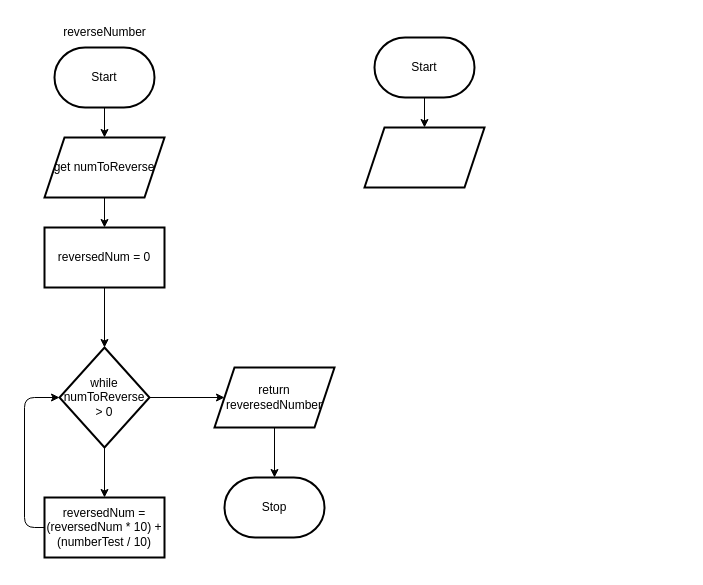
Above: Assignment4/flowchart.drawio in Flynn-Rundquist/ICS4U-Unit3 (draw.io), before the change. Source tidied: cells renumbered, new cells numbered last; positions are measured from the earlier drawing's top-left corner, leaving out a move shared by most shapes. Both pictures are drawn from the tidied source at 100%, with x=0, y=0 at pixel (24, 17).
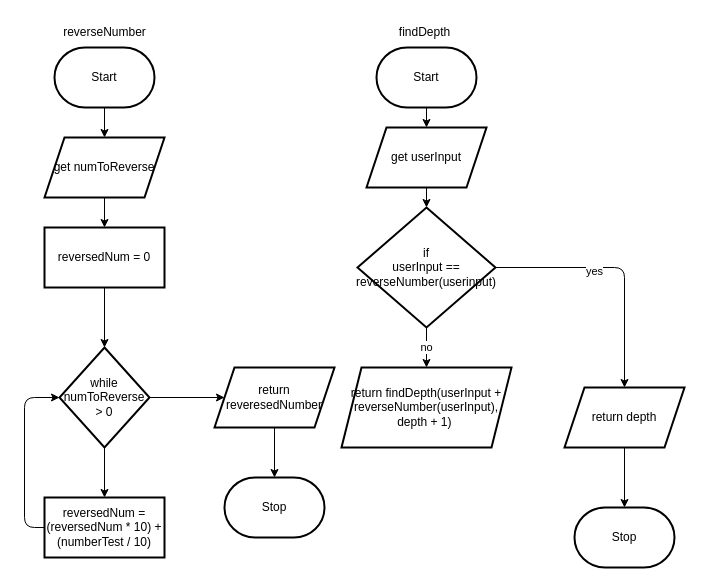
The same diagram, later.

What changed in the source:
```diff
@@
     <mxCell id="18" value="Start" style="strokeWidth=2;html=1;shape=mxgraph.flowchart.terminator;whiteSpace=wrap;" parent="1" vertex="1">
-      <mxGeometry x="350" y="20" width="100" height="60" as="geometry" />
+      <mxGeometry x="352" y="30" width="100" height="60" as="geometry" />
     </mxCell>
+    <mxCell id="20" style="edgeStyle=none;html=1;" parent="1" edge="1" source="19" target="24">
+      <mxGeometry relative="1" as="geometry" />
+    </mxCell>
-    <mxCell id="19" style="shape=parallelogram;perimeter=parallelogramPerimeter;whiteSpace=wrap;html=1;fixedSize=1;strokeWidth=2;" parent="1" vertex="1">
-      <mxGeometry x="340" y="110" width="120" height="60" as="geometry" />
+    <mxCell id="19" value="get userInput" style="shape=parallelogram;perimeter=parallelogramPerimeter;whiteSpace=wrap;html=1;fixedSize=1;strokeWidth=2;" parent="1" vertex="1">
+      <mxGeometry x="342" y="110" width="120" height="60" as="geometry" />
     </mxCell>
+    <mxCell id="21" style="edgeStyle=none;html=1;" parent="1" edge="1" source="24" target="26">
+      <mxGeometry relative="1" as="geometry">
+        <Array as="points">
+          <mxPoint x="600" y="250" />
+        </Array>
+      </mxGeometry>
+    </mxCell>
+    <mxCell id="22" value="yes" style="edgeLabel;html=1;align=center;verticalAlign=middle;" parent="21" vertex="1">
+      <mxGeometry x="-0.21" y="-3" relative="1" as="geometry" />
+    </mxCell>
+    <mxCell id="23" value="no" style="edgeStyle=none;html=1;" parent="1" edge="1" source="24" target="27">
+      <mxGeometry relative="1" as="geometry" />
+    </mxCell>
+    <mxCell id="24" value="if&lt;br&gt;userInput == reverseNumber(userinput)" style="rhombus;whiteSpace=wrap;html=1;strokeWidth=2;" parent="1" vertex="1">
+      <mxGeometry x="333" y="190" width="138" height="120" as="geometry" />
+    </mxCell>
+    <mxCell id="25" style="edgeStyle=none;html=1;entryX=0.5;entryY=0;entryDx=0;entryDy=0;entryPerimeter=0;" parent="1" edge="1" source="26" target="28">
+      <mxGeometry relative="1" as="geometry" />
+    </mxCell>
+    <mxCell id="26" value="return depth" style="shape=parallelogram;perimeter=parallelogramPerimeter;whiteSpace=wrap;html=1;fixedSize=1;strokeWidth=2;" parent="1" vertex="1">
+      <mxGeometry x="540" y="370" width="120" height="60" as="geometry" />
+    </mxCell>
+    <mxCell id="27" value="return findDepth(userInput + reverseNumber(userInput), depth + 1)&amp;nbsp;" style="shape=parallelogram;perimeter=parallelogramPerimeter;whiteSpace=wrap;html=1;fixedSize=1;strokeWidth=2;" parent="1" vertex="1">
+      <mxGeometry x="317" y="350" width="170" height="80" as="geometry" />
+    </mxCell>
+    <mxCell id="28" value="Stop" style="strokeWidth=2;html=1;shape=mxgraph.flowchart.terminator;whiteSpace=wrap;" parent="1" vertex="1">
+      <mxGeometry x="550" y="490" width="100" height="60" as="geometry" />
+    </mxCell>
+    <mxCell id="29" value="findDepth" style="text;html=1;align=center;verticalAlign=middle;strokeColor=none;fillColor=none;" parent="1" vertex="1">
+      <mxGeometry x="365" width="70" height="30" as="geometry" />
+    </mxCell>
```
